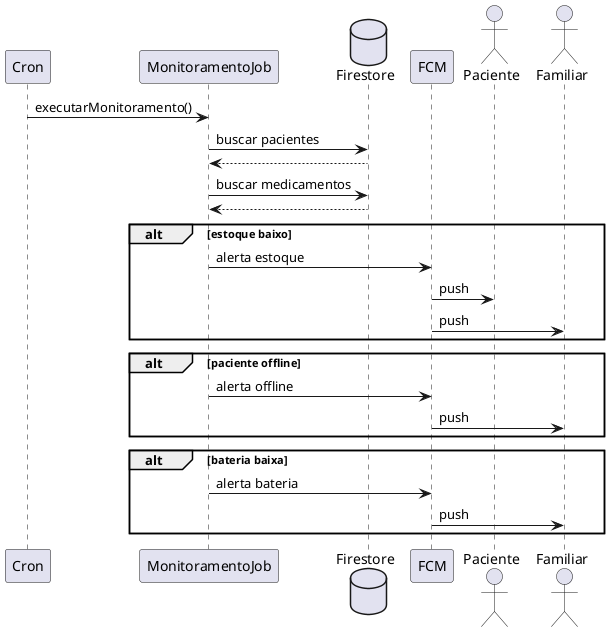
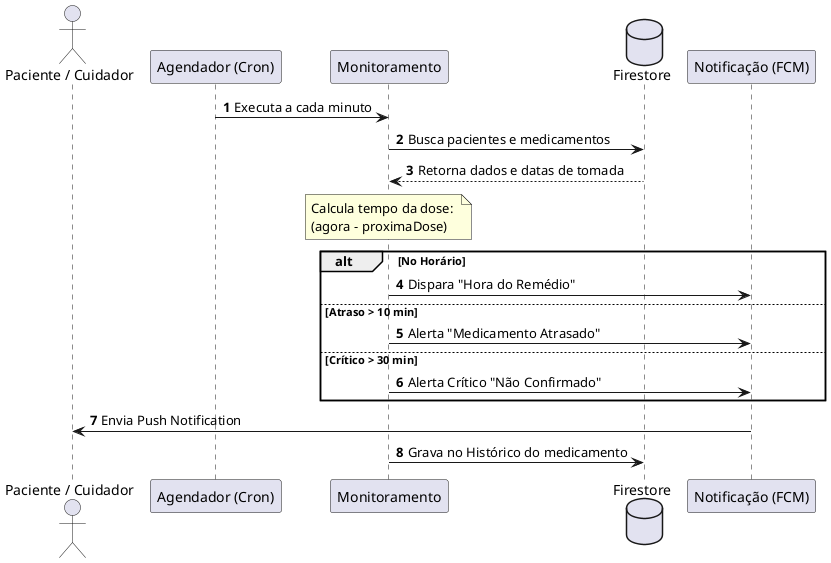
@startuml
+ autonumber
+ actor "Paciente / Cuidador" as User
+ participant "Agendador (Cron)" as Cron
+ participant "Monitoramento" as Mon
+ database "Firestore" as DB
+ participant "Notificação (FCM)" as FCM

- participant Cron
- participant MonitoramentoJob
- database Firestore
- participant FCM
- actor Paciente
- actor Familiar
+ Cron -> Mon: Executa a cada minuto
+ Mon -> DB: Busca pacientes e medicamentos
+ DB --> Mon: Retorna dados e datas de tomada

- Cron -> MonitoramentoJob : executarMonitoramento()
+ note over Mon: Calcula tempo da dose: \n(agora - proximaDose)

- MonitoramentoJob -> Firestore : buscar pacientes
- 
- Firestore --> MonitoramentoJob
- 
- MonitoramentoJob -> Firestore : buscar medicamentos
- 
- Firestore --> MonitoramentoJob
- 
- alt estoque baixo
- 
- MonitoramentoJob -> FCM : alerta estoque
- 
- FCM -> Paciente : push
- 
- FCM -> Familiar : push
- 
+ alt No Horário
+     Mon -> FCM: Dispara "Hora do Remédio"
+ else Atraso > 10 min
+     Mon -> FCM: Alerta "Medicamento Atrasado"
+ else Crítico > 30 min
+     Mon -> FCM: Alerta Crítico "Não Confirmado"
end

- alt paciente offline
- 
- MonitoramentoJob -> FCM : alerta offline
- 
- FCM -> Familiar : push
- 
- end
- 
- alt bateria baixa
- 
- MonitoramentoJob -> FCM : alerta bateria
- 
- FCM -> Familiar : push
- 
- end
- 
- @enduml+ FCM -> User: Envia Push Notification
+ Mon -> DB: Grava no Histórico do medicamento
